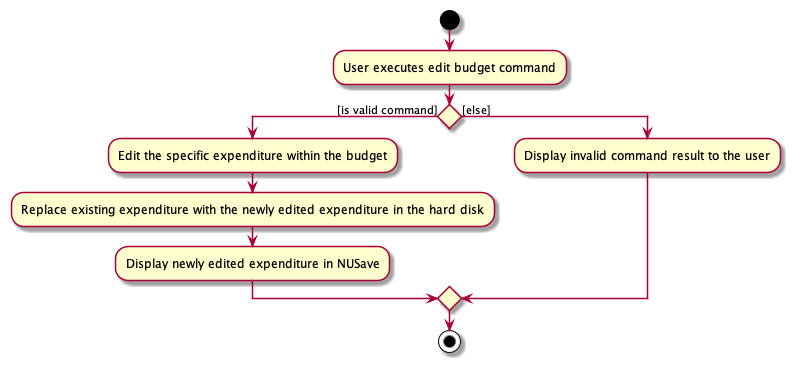
Before: docs/diagrams/commandsPlantUML/diagram/EditExpenditureActivityDiagram.png, a diagram exported from PlantUML (yu-ming-chen/tp).
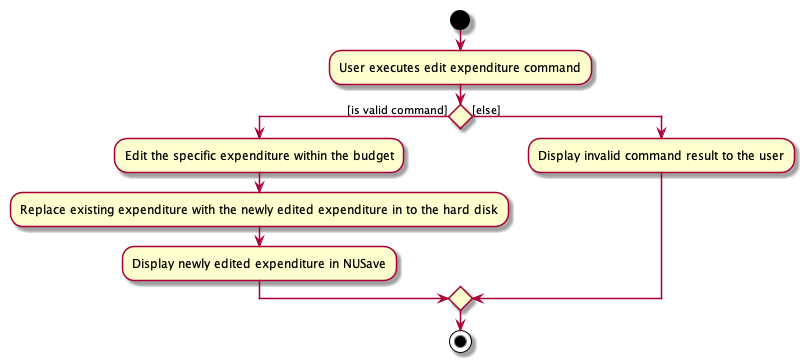
After the commit.

The edit, as a diff of the source:
```diff
@@ -1,11 +1,11 @@
 @startuml
 start
-:User executes edit budget command;
+:User executes edit expenditure command;
 
 
 if () then ([is valid command])
     :Edit the specific expenditure within the budget;
-    :Replace existing expenditure with the newly edited expenditure in the hard disk;
+    :Replace existing expenditure with the newly edited expenditure in to the hard disk;
     :Display newly edited expenditure in NUSave;
 else ([else])
 :Display invalid command result to the user;
```
